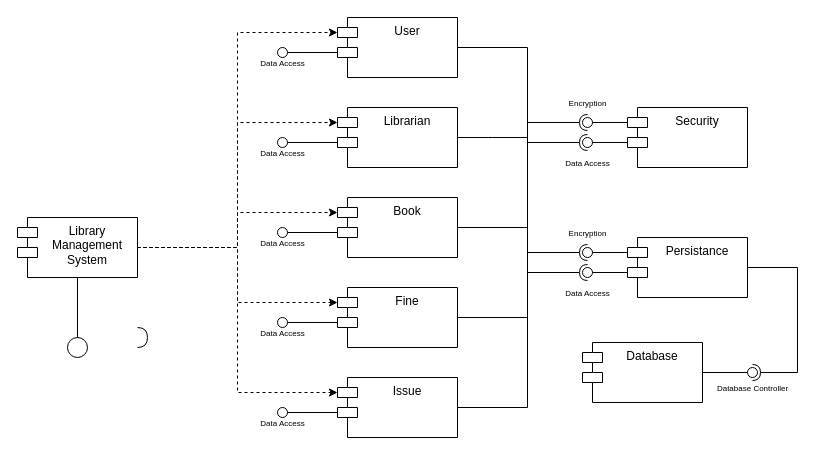
chanu4321/SE-Lab keeps this draw.io diagram as Experiment_6.drawio. Above is the earlier version. Source tidied: cells renumbered, new cells numbered last; positions are measured from the earlier drawing's top-left corner, leaving out a move shared by most shapes. Both pictures are drawn from the tidied source at 100%, with x=0, y=0 at pixel (17, 17).
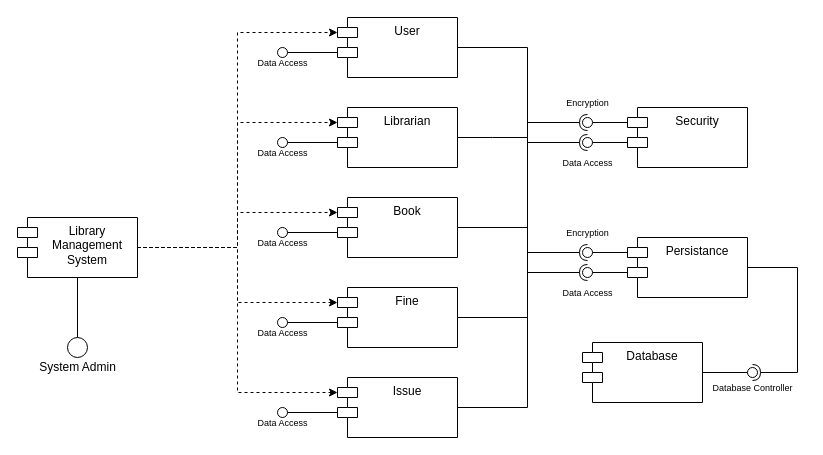
The same diagram, later.

Commit message (it also covers changes not shown here):
Update Component Diagram

Unchanged cells that the change refers to:
```xml
<mxCell id="19" style="group;" parent="18" vertex="1">
  <mxGeometry width="10" height="10" as="geometry" />
</mxCell>
<mxCell id="22" style="group;" parent="1" vertex="1">
  <mxGeometry x="260" y="120" width="10" height="10" as="geometry" />
</mxCell>
<mxCell id="25" style="group;" parent="1" vertex="1">
  <mxGeometry x="260" y="210" width="10" height="10" as="geometry" />
</mxCell>
<mxCell id="28" style="group;" parent="1" vertex="1">
  <mxGeometry x="260" y="300" width="10" height="10" as="geometry" />
</mxCell>
<mxCell id="31" style="group;" parent="1" vertex="1">
  <mxGeometry x="260" y="390" width="10" height="10" as="geometry" />
</mxCell>
```

Change to the diagram source:
```diff
@@
-    <mxCell id="16" style="ellipse;html=1;verticalLabelPosition=bottom;sketch=0;" parent="1" vertex="1">
+    <mxCell id="16" value="System Admin" style="ellipse;html=1;verticalLabelPosition=bottom;sketch=0;" parent="1" vertex="1">
       <mxGeometry x="50" y="320" width="20" height="20" as="geometry" />
     </mxCell>
-    <mxCell id="17" style="shape=requiredInterface;html=1;verticalLabelPosition=bottom;sketch=0;" parent="1" vertex="1">
-      <mxGeometry x="120" y="310" width="10" height="20" as="geometry" />
-    </mxCell>
@@
-    <mxCell id="21" value="&lt;font style=&quot;font-size: 8px;&quot;&gt;Data Access&lt;/font&gt;" style="ellipse;html=1;verticalLabelPosition=bottom;sketch=0;" parent="19" vertex="1">
+    <mxCell id="21" value="&lt;font style=&quot;font-size: 9px;&quot;&gt;Data Access&lt;/font&gt;" style="ellipse;html=1;verticalLabelPosition=bottom;sketch=0;" parent="19" vertex="1">
       <mxGeometry width="10" height="10" as="geometry" />
     </mxCell>
@@
-    <mxCell id="23" value="&lt;span style=&quot;font-size: 8px;&quot;&gt;Data Access&lt;/span&gt;" style="ellipse;html=1;verticalLabelPosition=bottom;sketch=0;" parent="22" vertex="1">
+    <mxCell id="23" value="&lt;font style=&quot;font-size: 9px;&quot;&gt;Data Access&lt;/font&gt;" style="ellipse;html=1;verticalLabelPosition=bottom;sketch=0;" parent="22" vertex="1">
       <mxGeometry width="10" height="10" as="geometry" />
     </mxCell>
@@
-    <mxCell id="26" value="&lt;span style=&quot;font-size: 8px;&quot;&gt;Data Access&lt;/span&gt;" style="ellipse;html=1;verticalLabelPosition=bottom;sketch=0;" parent="25" vertex="1">
+    <mxCell id="26" value="&lt;font style=&quot;font-size: 9px;&quot;&gt;Data Access&lt;/font&gt;" style="ellipse;html=1;verticalLabelPosition=bottom;sketch=0;" parent="25" vertex="1">
       <mxGeometry width="10" height="10" as="geometry" />
     </mxCell>
@@
-    <mxCell id="29" value="&lt;span style=&quot;font-size: 8px;&quot;&gt;Data Access&lt;/span&gt;" style="ellipse;html=1;verticalLabelPosition=bottom;sketch=0;" parent="28" vertex="1">
+    <mxCell id="29" value="&lt;font style=&quot;font-size: 9px;&quot;&gt;Data Access&lt;/font&gt;" style="ellipse;html=1;verticalLabelPosition=bottom;sketch=0;" parent="28" vertex="1">
       <mxGeometry width="10" height="10" as="geometry" />
     </mxCell>
@@
-    <mxCell id="32" value="&lt;span style=&quot;font-size: 8px;&quot;&gt;Data Access&lt;/span&gt;" style="ellipse;html=1;verticalLabelPosition=bottom;sketch=0;" parent="31" vertex="1">
+    <mxCell id="32" value="&lt;font style=&quot;font-size: 9px;&quot;&gt;Data Access&lt;/font&gt;" style="ellipse;html=1;verticalLabelPosition=bottom;sketch=0;" parent="31" vertex="1">
       <mxGeometry width="10" height="10" as="geometry" />
     </mxCell>
@@
-    <mxCell id="50" value="&lt;font style=&quot;font-size: 8px;&quot;&gt;Encryption&lt;/font&gt;" style="text;html=1;align=center;verticalAlign=middle;strokeColor=none;fillColor=none;" parent="1" vertex="1">
-      <mxGeometry x="540" y="70" width="60" height="30" as="geometry" />
+    <mxCell id="50" value="&lt;font style=&quot;font-size: 9px;&quot;&gt;Encryption&lt;/font&gt;" style="text;html=1;align=center;verticalAlign=middle;strokeColor=none;fillColor=none;" parent="1" vertex="1">
+      <mxGeometry x="535" y="70" width="70" height="30" as="geometry" />
     </mxCell>
-    <mxCell id="51" value="&lt;font style=&quot;font-size: 8px;&quot;&gt;Encryption&lt;/font&gt;" style="text;html=1;align=center;verticalAlign=middle;strokeColor=none;fillColor=none;" parent="1" vertex="1">
-      <mxGeometry x="540" y="200" width="60" height="30" as="geometry" />
+    <mxCell id="51" value="&lt;font style=&quot;font-size: 9px;&quot;&gt;Encryption&lt;/font&gt;" style="text;html=1;align=center;verticalAlign=middle;strokeColor=none;fillColor=none;" parent="1" vertex="1">
+      <mxGeometry x="535" y="200" width="70" height="30" as="geometry" />
     </mxCell>
-    <mxCell id="52" value="&lt;font style=&quot;font-size: 8px;&quot;&gt;Data Access&lt;/font&gt;" style="text;html=1;align=center;verticalAlign=middle;strokeColor=none;fillColor=none;" parent="1" vertex="1">
+    <mxCell id="52" value="&lt;font style=&quot;font-size: 9px;&quot;&gt;Data Access&lt;/font&gt;" style="text;html=1;align=center;verticalAlign=middle;strokeColor=none;fillColor=none;" parent="1" vertex="1">
       <mxGeometry x="535" y="130" width="70" height="30" as="geometry" />
     </mxCell>
-    <mxCell id="53" value="&lt;font style=&quot;font-size: 8px;&quot;&gt;Data Access&lt;/font&gt;" style="text;html=1;align=center;verticalAlign=middle;strokeColor=none;fillColor=none;" parent="1" vertex="1">
+    <mxCell id="53" value="&lt;font style=&quot;font-size: 9px;&quot;&gt;Data Access&lt;/font&gt;" style="text;html=1;align=center;verticalAlign=middle;strokeColor=none;fillColor=none;" parent="1" vertex="1">
       <mxGeometry x="535" y="260" width="70" height="30" as="geometry" />
     </mxCell>
@@
-    <mxCell id="58" value="&lt;font style=&quot;font-size: 8px;&quot;&gt;Database Controller&lt;/font&gt;" style="text;html=1;align=center;verticalAlign=middle;strokeColor=none;fillColor=none;" parent="1" vertex="1">
-      <mxGeometry x="690" y="355" width="90" height="30" as="geometry" />
+    <mxCell id="58" value="&lt;font style=&quot;font-size: 9px;&quot;&gt;Database Controller&lt;/font&gt;" style="text;html=1;align=center;verticalAlign=middle;strokeColor=none;fillColor=none;" parent="1" vertex="1">
+      <mxGeometry x="685" y="355" width="100" height="30" as="geometry" />
     </mxCell>
```
